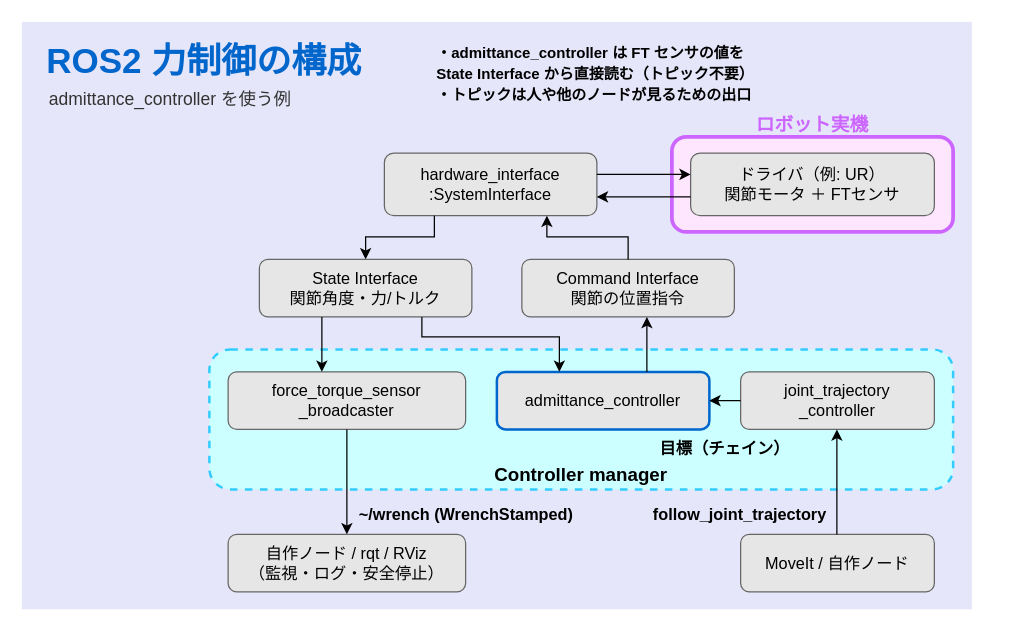
Before: slides/ros-arm-force-control/media/ros2_force_control_arch.drawio in YusakuNakajima/zero_ros, a draw.io diagram. Source tidied: cells renumbered, new cells numbered last; positions are measured from the earlier drawing's top-left corner, leaving out a move shared by most shapes. Both pictures are drawn from the tidied source at 125%, with x=0, y=0 at pixel (21, 21).
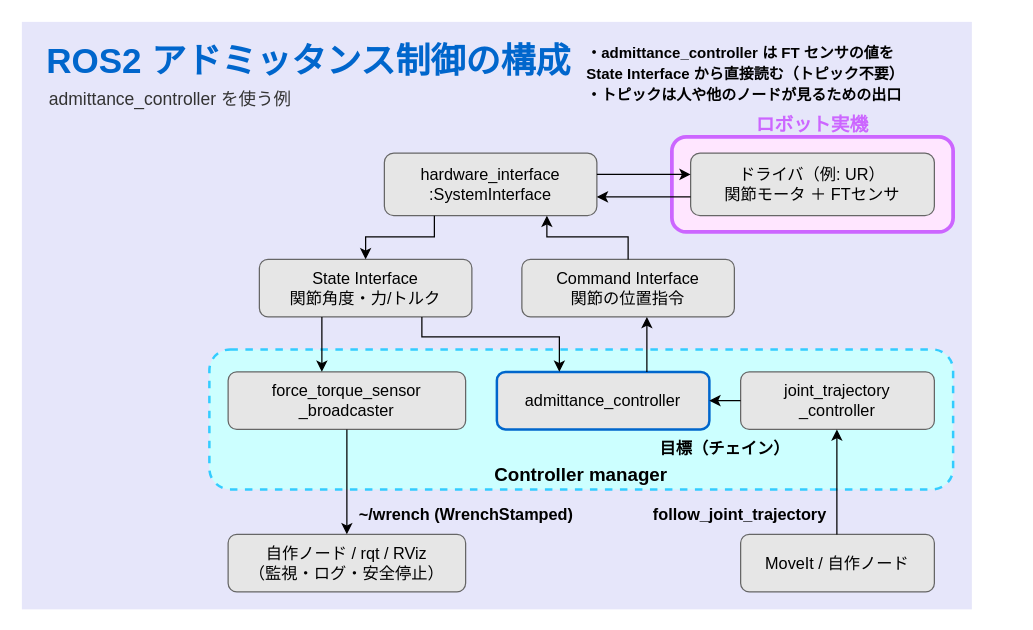
After the change.

Commit message (it also covers changes not shown here):
Force control deck: retitle ROS2 admittance implementation, drop FT setup and hybrid usage slides, merge unit slide into synthesis slide

Diff of the diagram source:
```diff
@@
-    <mxCell id="14" value="ROS2 力制御の構成" style="text;html=1;align=left;verticalAlign=middle;fontSize=28;fontColor=#0066CC;fontStyle=1;" parent="1" vertex="1">
-      <mxGeometry x="18" y="14" width="320" height="34" as="geometry" />
+    <mxCell id="14" value="ROS2 アドミッタンス制御の構成" style="text;html=1;align=left;verticalAlign=middle;fontSize=28;fontColor=#0066CC;fontStyle=1;" parent="1" vertex="1">
+      <mxGeometry x="18" y="14" width="420" height="34" as="geometry" />
     </mxCell>
@@
     <mxCell id="16" value="・admittance_controller は FT センサの値を" style="text;html=1;align=left;verticalAlign=middle;fontSize=12;fontColor=#000000;fontStyle=1;" parent="1" vertex="1">
-      <mxGeometry x="330" y="16" width="320" height="18" as="geometry" />
+      <mxGeometry x="450" y="16" width="320" height="18" as="geometry" />
     </mxCell>
     <mxCell id="17" value="  State Interface から直接読む（トピック不要）" style="text;html=1;align=left;verticalAlign=middle;fontSize=12;fontColor=#000000;fontStyle=1;" parent="1" vertex="1">
-      <mxGeometry x="330" y="33" width="320" height="18" as="geometry" />
+      <mxGeometry x="450" y="33" width="320" height="18" as="geometry" />
     </mxCell>
     <mxCell id="18" value="・トピックは人や他のノードが見るための出口" style="text;html=1;align=left;verticalAlign=middle;fontSize=12;fontColor=#000000;fontStyle=1;" parent="1" vertex="1">
-      <mxGeometry x="330" y="50" width="320" height="18" as="geometry" />
+      <mxGeometry x="450" y="50" width="320" height="18" as="geometry" />
     </mxCell>
```
